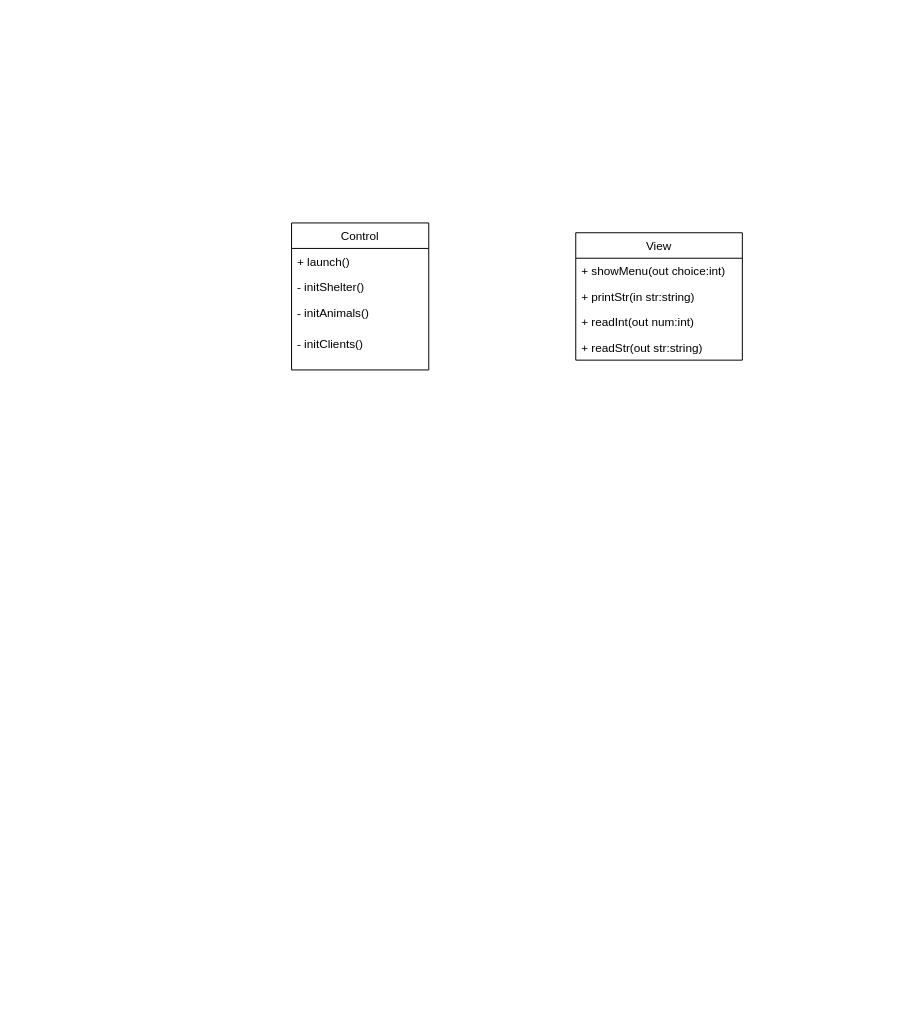
The draw.io diagram Untitled Diagram.drawio in chiragparihar/firstGitRepo, before the edit. Source tidied: cells renumbered, new cells numbered last; positions are measured from the earlier drawing's top-left corner, leaving out a move shared by most shapes. Both pictures are drawn from the tidied source at 98%, with x=0, y=0 at pixel (291, 222).
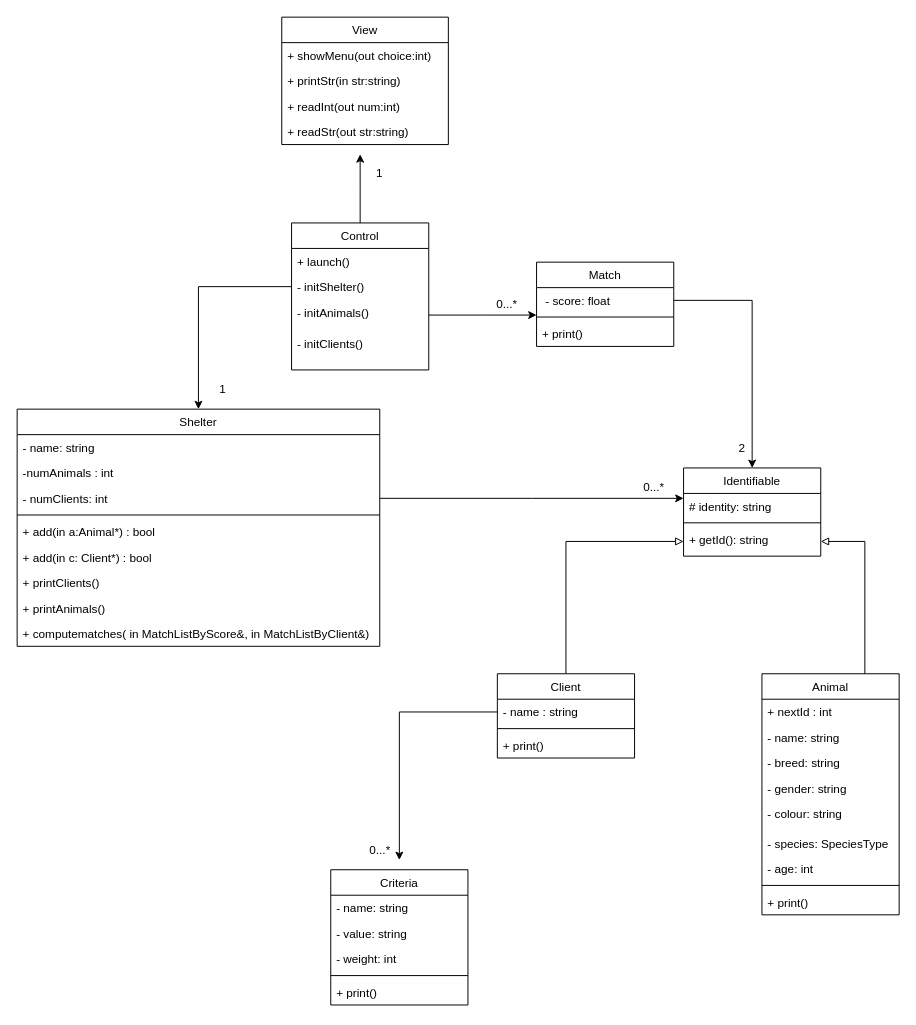
The same page after the edit.

The change refers to these unchanged cells:
```xml
<mxCell id="2" value="Control" style="swimlane;fontStyle=0;horizontal=1;startSize=26;fillColor=none;" parent="1" vertex="1">
  <mxGeometry width="140" height="150" as="geometry" />
</mxCell>
<mxCell id="4" value="- initShelter()" style="text;strokeColor=none;fillColor=none;align=left;verticalAlign=top;spacingLeft=4;spacingRight=4;overflow=hidden;points=[[0,0.5],[1,0.5]];portConstraint=eastwest;" parent="2" vertex="1">
  <mxGeometry y="52" width="140" height="26" as="geometry" />
</mxCell>
<mxCell id="5" value="- initAnimals()&#10;" style="text;strokeColor=none;fillColor=none;align=left;verticalAlign=top;spacingLeft=4;spacingRight=4;overflow=hidden;points=[[0,0.5],[1,0.5]];portConstraint=eastwest;" parent="2" vertex="1">
  <mxGeometry y="78" width="140" height="32" as="geometry" />
</mxCell>
```

What changed in the source:
```diff
@@
+    <mxCell id="12" style="edgeStyle=orthogonalEdgeStyle;rounded=0;jettySize=auto;html=1;exitX=0.5;exitY=0;exitDx=0;exitDy=0;" parent="1" edge="1" source="2">
+      <mxGeometry relative="1" as="geometry">
+        <mxPoint x="70" y="-70" as="targetPoint" />
+      </mxGeometry>
+    </mxCell>
@@
     <mxCell id="7" value="View" style="swimlane;fontStyle=0;horizontal=1;startSize=26;fillColor=none;" parent="1" vertex="1">
-      <mxGeometry x="290" y="10" width="170" height="130" as="geometry" />
+      <mxGeometry x="-10" y="-210" width="170" height="130" as="geometry" />
     </mxCell>
@@
+    <mxCell id="13" value="Shelter" style="swimlane;fontStyle=0;horizontal=1;startSize=26;fillColor=none;" parent="1" vertex="1">
+      <mxGeometry x="-280" y="190" width="370" height="242" as="geometry" />
+    </mxCell>
+    <mxCell id="14" value="- name: string" style="text;strokeColor=none;fillColor=none;align=left;verticalAlign=top;spacingLeft=4;spacingRight=4;overflow=hidden;" parent="13" vertex="1">
+      <mxGeometry y="26" width="370" height="26" as="geometry" />
+    </mxCell>
+    <mxCell id="15" value="-numAnimals : int" style="text;strokeColor=none;fillColor=none;align=left;verticalAlign=top;spacingLeft=4;spacingRight=4;overflow=hidden;" parent="13" vertex="1">
+      <mxGeometry y="52" width="370" height="26" as="geometry" />
+    </mxCell>
+    <mxCell id="16" value="- numClients: int" style="text;strokeColor=none;fillColor=none;align=left;verticalAlign=top;spacingLeft=4;spacingRight=4;overflow=hidden;points=[[0,0.5],[1,0.5]];portConstraint=eastwest;" parent="13" vertex="1">
+      <mxGeometry y="78" width="370" height="26" as="geometry" />
+    </mxCell>
+    <mxCell id="17" style="line;strokeWidth=1;fillColor=none;align=left;verticalAlign=middle;spacingTop=-1;spacingLeft=3;spacingRight=3;labelPosition=right;" parent="13" vertex="1">
+      <mxGeometry y="104" width="370" height="8" as="geometry" />
+    </mxCell>
+    <mxCell id="18" value="+ add(in a:Animal*) : bool" style="text;strokeColor=none;fillColor=none;align=left;verticalAlign=top;spacingLeft=4;spacingRight=4;overflow=hidden;" parent="13" vertex="1">
+      <mxGeometry y="112" width="370" height="26" as="geometry" />
+    </mxCell>
+    <mxCell id="19" value="+ add(in c: Client*) : bool" style="text;strokeColor=none;fillColor=none;align=left;verticalAlign=top;spacingLeft=4;spacingRight=4;overflow=hidden;" parent="13" vertex="1">
+      <mxGeometry y="138" width="370" height="26" as="geometry" />
+    </mxCell>
+    <mxCell id="20" value="+ printClients()" style="text;strokeColor=none;fillColor=none;align=left;verticalAlign=top;spacingLeft=4;spacingRight=4;overflow=hidden;" parent="13" vertex="1">
+      <mxGeometry y="164" width="370" height="26" as="geometry" />
+    </mxCell>
+    <mxCell id="21" value="+ printAnimals()" style="text;strokeColor=none;fillColor=none;align=left;verticalAlign=top;spacingLeft=4;spacingRight=4;overflow=hidden;" parent="13" vertex="1">
+      <mxGeometry y="190" width="370" height="26" as="geometry" />
+    </mxCell>
+    <mxCell id="22" value="+ computematches( in MatchListByScore&amp;, in MatchListByClient&amp;)" style="text;strokeColor=none;fillColor=none;align=left;verticalAlign=top;spacingLeft=4;spacingRight=4;overflow=hidden;" parent="13" vertex="1">
+      <mxGeometry y="216" width="370" height="26" as="geometry" />
+    </mxCell>
+    <mxCell id="23" style="edgeStyle=orthogonalEdgeStyle;rounded=0;jettySize=auto;html=1;entryX=0.5;entryY=0;entryDx=0;entryDy=0;" parent="1" edge="1" source="4" target="13">
+      <mxGeometry relative="1" as="geometry" />
+    </mxCell>
+    <mxCell id="24" style="edgeStyle=orthogonalEdgeStyle;rounded=0;jettySize=auto;html=1;exitX=0.75;exitY=0;exitDx=0;exitDy=0;entryX=1;entryY=0.5;entryDx=0;entryDy=0;endArrow=block;endFill=0;" parent="1" edge="1" source="25" target="43">
+      <mxGeometry relative="1" as="geometry" />
+    </mxCell>
+    <mxCell id="25" value="Animal" style="swimlane;fontStyle=0;horizontal=1;startSize=26;fillColor=none;" parent="1" vertex="1">
+      <mxGeometry x="480" y="460" width="140" height="246" as="geometry" />
+    </mxCell>
+    <mxCell id="26" value="+ nextId : int" style="text;strokeColor=none;fillColor=none;align=left;verticalAlign=top;spacingLeft=4;spacingRight=4;overflow=hidden;" parent="25" vertex="1">
+      <mxGeometry y="26" width="140" height="26" as="geometry" />
+    </mxCell>
+    <mxCell id="27" value="- name: string" style="text;strokeColor=none;fillColor=none;align=left;verticalAlign=top;spacingLeft=4;spacingRight=4;overflow=hidden;" parent="25" vertex="1">
+      <mxGeometry y="52" width="140" height="26" as="geometry" />
+    </mxCell>
+    <mxCell id="28" value="- breed: string" style="text;strokeColor=none;fillColor=none;align=left;verticalAlign=top;spacingLeft=4;spacingRight=4;overflow=hidden;" parent="25" vertex="1">
+      <mxGeometry y="78" width="140" height="26" as="geometry" />
+    </mxCell>
+    <mxCell id="29" value="- gender: string" style="text;strokeColor=none;fillColor=none;align=left;verticalAlign=top;spacingLeft=4;spacingRight=4;overflow=hidden;" parent="25" vertex="1">
+      <mxGeometry y="104" width="140" height="26" as="geometry" />
+    </mxCell>
+    <mxCell id="30" value="- colour: string" style="text;strokeColor=none;fillColor=none;align=left;verticalAlign=top;spacingLeft=4;spacingRight=4;overflow=hidden;" parent="25" vertex="1">
+      <mxGeometry y="130" width="140" height="30" as="geometry" />
+    </mxCell>
+    <mxCell id="31" value="- species: SpeciesType" style="text;strokeColor=none;fillColor=none;align=left;verticalAlign=top;spacingLeft=4;spacingRight=4;overflow=hidden;" parent="25" vertex="1">
+      <mxGeometry y="160" width="140" height="26" as="geometry" />
+    </mxCell>
+    <mxCell id="32" value="- age: int" style="text;strokeColor=none;fillColor=none;align=left;verticalAlign=top;spacingLeft=4;spacingRight=4;overflow=hidden;" parent="25" vertex="1">
+      <mxGeometry y="186" width="140" height="26" as="geometry" />
+    </mxCell>
+    <mxCell id="33" style="line;strokeWidth=1;fillColor=none;align=left;verticalAlign=middle;spacingTop=-1;spacingLeft=3;spacingRight=3;labelPosition=right;" parent="25" vertex="1">
+      <mxGeometry y="212" width="140" height="8" as="geometry" />
+    </mxCell>
+    <mxCell id="34" value="+ print()" style="text;strokeColor=none;fillColor=none;align=left;verticalAlign=top;spacingLeft=4;spacingRight=4;overflow=hidden;" parent="25" vertex="1">
+      <mxGeometry y="220" width="140" height="26" as="geometry" />
+    </mxCell>
+    <mxCell id="35" style="edgeStyle=orthogonalEdgeStyle;rounded=0;jettySize=auto;html=1;exitX=0.5;exitY=0;exitDx=0;exitDy=0;entryX=0;entryY=0.5;entryDx=0;entryDy=0;endArrow=block;endFill=0;" parent="1" edge="1" source="36" target="43">
+      <mxGeometry relative="1" as="geometry" />
+    </mxCell>
+    <mxCell id="36" value="Client" style="swimlane;fontStyle=0;horizontal=1;startSize=26;fillColor=none;" parent="1" vertex="1">
+      <mxGeometry x="210" y="460" width="140" height="86" as="geometry" />
+    </mxCell>
+    <mxCell id="37" value="- name : string" style="text;strokeColor=none;fillColor=none;align=left;verticalAlign=top;spacingLeft=4;spacingRight=4;overflow=hidden;points=[[0,0.5],[1,0.5]];portConstraint=eastwest;" parent="36" vertex="1">
+      <mxGeometry y="26" width="140" height="26" as="geometry" />
+    </mxCell>
+    <mxCell id="38" style="line;strokeWidth=1;fillColor=none;align=left;verticalAlign=middle;spacingTop=-1;spacingLeft=3;spacingRight=3;labelPosition=right;" parent="36" vertex="1">
+      <mxGeometry y="52" width="140" height="8" as="geometry" />
+    </mxCell>
+    <mxCell id="39" value="+ print()" style="text;strokeColor=none;fillColor=none;align=left;verticalAlign=top;spacingLeft=4;spacingRight=4;overflow=hidden;" parent="36" vertex="1">
+      <mxGeometry y="60" width="140" height="26" as="geometry" />
+    </mxCell>
+    <mxCell id="40" value="Identifiable" style="swimlane;fontStyle=0;horizontal=1;startSize=26;fillColor=none;" parent="1" vertex="1">
+      <mxGeometry x="400" y="250" width="140" height="90" as="geometry" />
+    </mxCell>
+    <mxCell id="41" value="# identity: string" style="text;strokeColor=none;fillColor=none;align=left;verticalAlign=top;spacingLeft=4;spacingRight=4;overflow=hidden;" parent="40" vertex="1">
+      <mxGeometry y="26" width="140" height="26" as="geometry" />
+    </mxCell>
+    <mxCell id="42" style="line;strokeWidth=1;fillColor=none;align=left;verticalAlign=middle;spacingTop=-1;spacingLeft=3;spacingRight=3;labelPosition=right;" parent="40" vertex="1">
+      <mxGeometry y="52" width="140" height="8" as="geometry" />
+    </mxCell>
+    <mxCell id="43" value="+ getId(): string" style="text;strokeColor=none;fillColor=none;align=left;verticalAlign=top;spacingLeft=4;spacingRight=4;overflow=hidden;points=[[0,0.5],[1,0.5]];portConstraint=eastwest;" parent="40" vertex="1">
+      <mxGeometry y="60" width="140" height="30" as="geometry" />
+    </mxCell>
+    <mxCell id="44" value="Criteria" style="swimlane;fontStyle=0;horizontal=1;startSize=26;fillColor=none;" parent="1" vertex="1">
+      <mxGeometry x="40" y="660" width="140" height="138" as="geometry" />
+    </mxCell>
+    <mxCell id="45" value="- name: string" style="text;strokeColor=none;fillColor=none;align=left;verticalAlign=top;spacingLeft=4;spacingRight=4;overflow=hidden;" parent="44" vertex="1">
+      <mxGeometry y="26" width="140" height="26" as="geometry" />
+    </mxCell>
+    <mxCell id="46" value="- value: string" style="text;strokeColor=none;fillColor=none;align=left;verticalAlign=top;spacingLeft=4;spacingRight=4;overflow=hidden;" parent="44" vertex="1">
+      <mxGeometry y="52" width="140" height="26" as="geometry" />
+    </mxCell>
+    <mxCell id="47" value="- weight: int" style="text;strokeColor=none;fillColor=none;align=left;verticalAlign=top;spacingLeft=4;spacingRight=4;overflow=hidden;" parent="44" vertex="1">
+      <mxGeometry y="78" width="140" height="26" as="geometry" />
+    </mxCell>
+    <mxCell id="48" style="line;strokeWidth=1;fillColor=none;align=left;verticalAlign=middle;spacingTop=-1;spacingLeft=3;spacingRight=3;labelPosition=right;" parent="44" vertex="1">
+      <mxGeometry y="104" width="140" height="8" as="geometry" />
+    </mxCell>
+    <mxCell id="49" value="+ print()" style="text;strokeColor=none;fillColor=none;align=left;verticalAlign=top;spacingLeft=4;spacingRight=4;overflow=hidden;" parent="44" vertex="1">
+      <mxGeometry y="112" width="140" height="26" as="geometry" />
+    </mxCell>
+    <mxCell id="50" style="edgeStyle=orthogonalEdgeStyle;rounded=0;jettySize=auto;html=1;exitX=0;exitY=0.5;exitDx=0;exitDy=0;entryX=0.5;entryY=-0.072;entryDx=0;entryDy=0;entryPerimeter=0;" parent="1" edge="1" source="37" target="44">
+      <mxGeometry relative="1" as="geometry" />
+    </mxCell>
+    <mxCell id="51" style="edgeStyle=orthogonalEdgeStyle;rounded=0;jettySize=auto;html=1;exitX=1;exitY=0.5;exitDx=0;exitDy=0;" parent="1" edge="1" source="16">
+      <mxGeometry relative="1" as="geometry">
+        <mxPoint x="400" y="281" as="targetPoint" />
+      </mxGeometry>
+    </mxCell>
+    <mxCell id="52" value="Match" style="swimlane;fontStyle=0;horizontal=1;startSize=26;fillColor=none;" parent="1" vertex="1">
+      <mxGeometry x="250" y="40" width="140" height="86" as="geometry" />
+    </mxCell>
+    <mxCell id="53" value=" - score: float" style="text;strokeColor=none;fillColor=none;align=left;verticalAlign=top;spacingLeft=4;spacingRight=4;overflow=hidden;points=[[0,0.5],[1,0.5]];portConstraint=eastwest;" parent="52" vertex="1">
+      <mxGeometry y="26" width="140" height="26" as="geometry" />
+    </mxCell>
+    <mxCell id="54" style="line;strokeWidth=1;fillColor=none;align=left;verticalAlign=middle;spacingTop=-1;spacingLeft=3;spacingRight=3;labelPosition=right;" parent="52" vertex="1">
+      <mxGeometry y="52" width="140" height="8" as="geometry" />
+    </mxCell>
+    <mxCell id="55" value="+ print()" style="text;strokeColor=none;fillColor=none;align=left;verticalAlign=top;spacingLeft=4;spacingRight=4;overflow=hidden;" parent="52" vertex="1">
+      <mxGeometry y="60" width="140" height="26" as="geometry" />
+    </mxCell>
+    <mxCell id="56" style="edgeStyle=orthogonalEdgeStyle;rounded=0;jettySize=auto;html=1;exitX=1;exitY=0.5;exitDx=0;exitDy=0;" parent="1" edge="1" source="5">
+      <mxGeometry relative="1" as="geometry">
+        <mxPoint x="250" y="94" as="targetPoint" />
+      </mxGeometry>
+    </mxCell>
+    <mxCell id="57" value="0...*" style="text;html=1;strokeColor=none;fillColor=none;align=center;verticalAlign=middle;whiteSpace=wrap;rounded=0;" parent="1" vertex="1">
+      <mxGeometry x="200" y="73" width="40" height="20" as="geometry" />
+    </mxCell>
+    <mxCell id="58" value="1" style="text;html=1;strokeColor=none;fillColor=none;align=center;verticalAlign=middle;whiteSpace=wrap;rounded=0;" parent="1" vertex="1">
+      <mxGeometry x="70" y="-60" width="40" height="20" as="geometry" />
+    </mxCell>
+    <mxCell id="59" value="1" style="text;html=1;strokeColor=none;fillColor=none;align=center;verticalAlign=middle;whiteSpace=wrap;rounded=0;" parent="1" vertex="1">
+      <mxGeometry x="-90" y="160" width="40" height="20" as="geometry" />
+    </mxCell>
+    <mxCell id="60" value="0...*" style="text;html=1;align=center;verticalAlign=middle;" parent="1" vertex="1">
+      <mxGeometry x="70" y="630" width="40" height="20" as="geometry" />
+    </mxCell>
+    <mxCell id="61" value="0...*" style="text;html=1;strokeColor=none;fillColor=none;align=center;verticalAlign=middle;whiteSpace=wrap;rounded=0;" parent="1" vertex="1">
+      <mxGeometry x="350" y="260" width="40" height="20" as="geometry" />
+    </mxCell>
+    <mxCell id="62" style="edgeStyle=orthogonalEdgeStyle;rounded=0;jettySize=auto;html=1;exitX=1;exitY=0.5;exitDx=0;exitDy=0;entryX=0.5;entryY=0;entryDx=0;entryDy=0;endArrow=classic;endFill=1;" parent="1" edge="1" source="53" target="40">
+      <mxGeometry relative="1" as="geometry" />
+    </mxCell>
+    <mxCell id="63" value="2" style="text;html=1;strokeColor=none;fillColor=none;align=center;verticalAlign=middle;whiteSpace=wrap;rounded=0;" parent="1" vertex="1">
+      <mxGeometry x="440" y="220" width="40" height="20" as="geometry" />
+    </mxCell>
```
